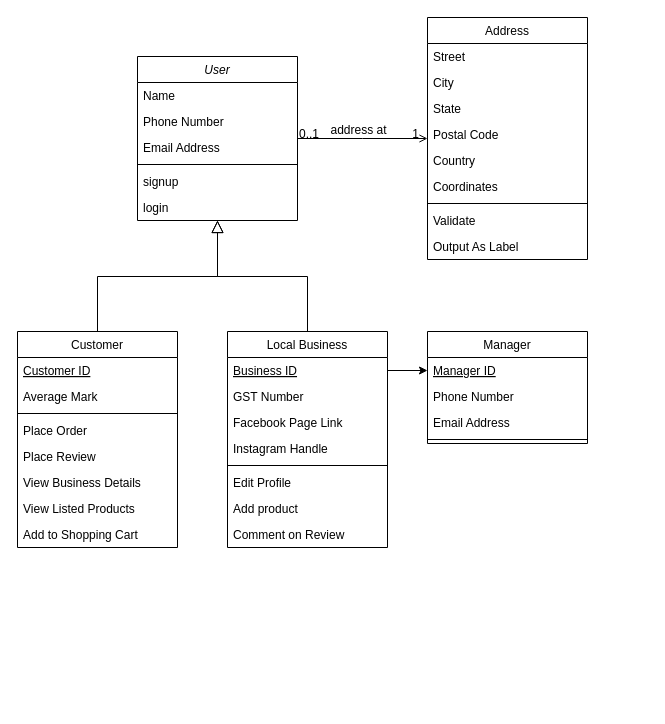
This is ObjectClassDiagram.drawio from Thakkar-Khushang/Lofy-Backend, a draw.io file, before an edit. Source tidied: cells renumbered, new cells numbered last; positions are measured from the earlier drawing's top-left corner, leaving out a move shared by most shapes. Both pictures are drawn from the tidied source at 100%, with x=0, y=0 at pixel (17, 17).
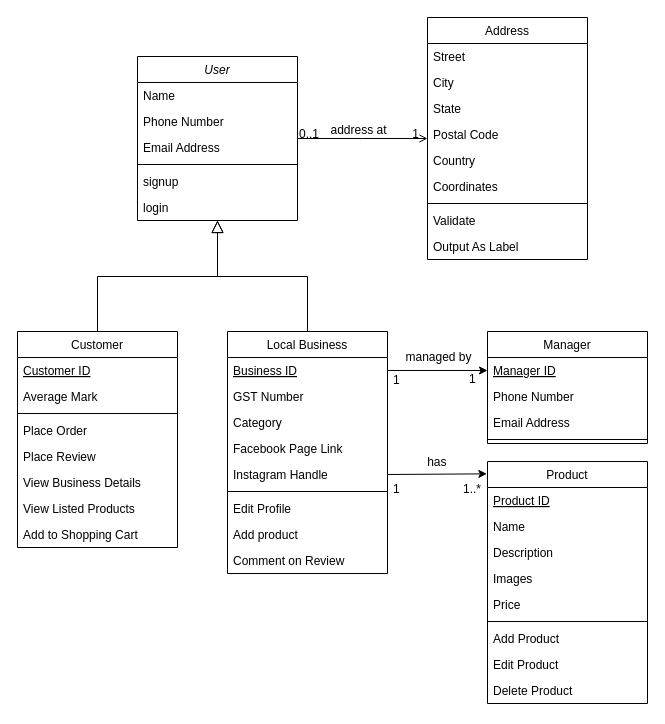
The same page after the edit.

Commit message:
Added product class in diagram

What changed in the source:
```diff
@@
     <mxCell id="19" value="Local Business" style="swimlane;fontStyle=0;align=center;verticalAlign=top;horizontal=1;startSize=26;rounded=0;shadow=0;strokeWidth=1;" parent="1" vertex="1">
-      <mxGeometry x="210" y="314" width="160" height="216" as="geometry" />
+      <mxGeometry x="210" y="314" width="160" height="242" as="geometry" />
     </mxCell>
@@
+    <mxCell id="49" value="Category" style="text;align=left;verticalAlign=top;spacingLeft=4;spacingRight=4;overflow=hidden;" parent="19" vertex="1">
+      <mxGeometry y="78" width="160" height="26" as="geometry" />
+    </mxCell>
     <mxCell id="22" value="Facebook Page Link" style="text;align=left;verticalAlign=top;spacingLeft=4;spacingRight=4;overflow=hidden;" parent="19" vertex="1">
-      <mxGeometry y="78" width="160" height="26" as="geometry" />
+      <mxGeometry y="104" width="160" height="26" as="geometry" />
     </mxCell>
     <mxCell id="23" value="Instagram Handle" style="text;align=left;verticalAlign=top;spacingLeft=4;spacingRight=4;overflow=hidden;points=[[0,0.5],[1,0.5]];portConstraint=eastwest;" parent="19" vertex="1">
-      <mxGeometry y="104" width="160" height="26" as="geometry" />
+      <mxGeometry y="130" width="160" height="26" as="geometry" />
     </mxCell>
     <mxCell id="24" style="line;html=1;strokeWidth=1;align=left;verticalAlign=middle;spacingTop=-1;spacingLeft=3;spacingRight=3;labelPosition=right;" parent="19" vertex="1">
-      <mxGeometry y="130" width="160" height="8" as="geometry" />
+      <mxGeometry y="156" width="160" height="8" as="geometry" />
     </mxCell>
     <mxCell id="25" value="Edit Profile" style="text;align=left;verticalAlign=top;spacingLeft=4;spacingRight=4;overflow=hidden;" parent="19" vertex="1">
-      <mxGeometry y="138" width="160" height="26" as="geometry" />
+      <mxGeometry y="164" width="160" height="26" as="geometry" />
     </mxCell>
     <mxCell id="26" value="Add product" style="text;align=left;verticalAlign=top;spacingLeft=4;spacingRight=4;overflow=hidden;" parent="19" vertex="1">
-      <mxGeometry y="164" width="160" height="26" as="geometry" />
+      <mxGeometry y="190" width="160" height="26" as="geometry" />
     </mxCell>
     <mxCell id="27" value="Comment on Review" style="text;align=left;verticalAlign=top;spacingLeft=4;spacingRight=4;overflow=hidden;" parent="19" vertex="1">
-      <mxGeometry y="190" width="160" height="26" as="geometry" />
+      <mxGeometry y="216" width="160" height="26" as="geometry" />
     </mxCell>
@@
     <mxCell id="43" value="Manager" style="swimlane;fontStyle=0;align=center;verticalAlign=top;horizontal=1;startSize=26;rounded=0;shadow=0;strokeWidth=1;" parent="1" vertex="1">
-      <mxGeometry x="410" y="314" width="160" height="112" as="geometry" />
+      <mxGeometry x="470" y="314" width="160" height="112" as="geometry" />
     </mxCell>
@@
+    <mxCell id="50" value="Product" style="swimlane;fontStyle=0;align=center;verticalAlign=top;horizontal=1;startSize=26;rounded=0;shadow=0;strokeWidth=1;" parent="1" vertex="1">
+      <mxGeometry x="470" y="444" width="160" height="242" as="geometry" />
+    </mxCell>
+    <mxCell id="51" value="Product ID" style="text;align=left;verticalAlign=top;spacingLeft=4;spacingRight=4;overflow=hidden;fontStyle=4;" parent="50" vertex="1">
+      <mxGeometry y="26" width="160" height="26" as="geometry" />
+    </mxCell>
+    <mxCell id="52" value="Name" style="text;align=left;verticalAlign=top;spacingLeft=4;spacingRight=4;overflow=hidden;rounded=0;shadow=0;html=0;" parent="50" vertex="1">
+      <mxGeometry y="52" width="160" height="26" as="geometry" />
+    </mxCell>
+    <mxCell id="53" value="Description" style="text;align=left;verticalAlign=top;spacingLeft=4;spacingRight=4;overflow=hidden;rounded=0;shadow=0;html=0;" parent="50" vertex="1">
+      <mxGeometry y="78" width="160" height="26" as="geometry" />
+    </mxCell>
+    <mxCell id="54" value="Images" style="text;align=left;verticalAlign=top;spacingLeft=4;spacingRight=4;overflow=hidden;rounded=0;shadow=0;html=0;" parent="50" vertex="1">
+      <mxGeometry y="104" width="160" height="26" as="geometry" />
+    </mxCell>
+    <mxCell id="55" value="Price" style="text;align=left;verticalAlign=top;spacingLeft=4;spacingRight=4;overflow=hidden;rounded=0;shadow=0;html=0;" parent="50" vertex="1">
+      <mxGeometry y="130" width="160" height="26" as="geometry" />
+    </mxCell>
+    <mxCell id="56" style="line;html=1;strokeWidth=1;align=left;verticalAlign=middle;spacingTop=-1;spacingLeft=3;spacingRight=3;labelPosition=right;" parent="50" vertex="1">
+      <mxGeometry y="156" width="160" height="8" as="geometry" />
+    </mxCell>
+    <mxCell id="57" value="Add Product" style="text;align=left;verticalAlign=top;spacingLeft=4;spacingRight=4;overflow=hidden;rounded=0;shadow=0;html=0;" parent="50" vertex="1">
+      <mxGeometry y="164" width="160" height="26" as="geometry" />
+    </mxCell>
+    <mxCell id="58" value="Edit Product" style="text;align=left;verticalAlign=top;spacingLeft=4;spacingRight=4;overflow=hidden;rounded=0;shadow=0;html=0;" parent="50" vertex="1">
+      <mxGeometry y="190" width="160" height="26" as="geometry" />
+    </mxCell>
+    <mxCell id="59" value="Delete Product" style="text;align=left;verticalAlign=top;spacingLeft=4;spacingRight=4;overflow=hidden;rounded=0;shadow=0;html=0;" parent="50" vertex="1">
+      <mxGeometry y="216" width="160" height="26" as="geometry" />
+    </mxCell>
+    <mxCell id="60" value="managed by" style="text;html=1;align=center;verticalAlign=middle;labelBackgroundColor=none;rounded=0;shadow=0;strokeWidth=1;fontSize=12;" parent="1" vertex="1">
+      <mxGeometry x="420" y="339" as="geometry" />
+    </mxCell>
+    <mxCell id="61" value="1" style="align=left;verticalAlign=bottom;labelBackgroundColor=none;fontSize=12;" parent="1" vertex="1">
+      <mxGeometry x="380" y="370" as="geometry">
+        <mxPoint x="-6" y="1" as="offset" />
+      </mxGeometry>
+    </mxCell>
+    <mxCell id="62" value="1" style="align=left;verticalAlign=bottom;labelBackgroundColor=none;fontSize=12;" parent="1" vertex="1">
+      <mxGeometry x="450" y="370" as="geometry" />
+    </mxCell>
+    <mxCell id="63" style="endArrow=classic;html=1;rounded=0;exitX=1;exitY=0.5;exitDx=0;exitDy=0;entryX=-0.004;entryY=0.051;entryDx=0;entryDy=0;entryPerimeter=0;" parent="1" edge="1" source="23" target="50">
+      <mxGeometry relative="1" as="geometry" />
+    </mxCell>
+    <mxCell id="64" value="has&amp;nbsp;" style="text;html=1;align=center;verticalAlign=middle;labelBackgroundColor=none;rounded=0;shadow=0;strokeWidth=1;fontSize=12;" parent="1" vertex="1">
+      <mxGeometry x="420" y="444" as="geometry" />
+    </mxCell>
+    <mxCell id="65" value="1" style="align=left;verticalAlign=bottom;labelBackgroundColor=none;fontSize=12;" parent="1" vertex="1">
+      <mxGeometry x="380" y="479" as="geometry">
+        <mxPoint x="-6" y="1" as="offset" />
+      </mxGeometry>
+    </mxCell>
+    <mxCell id="66" value="1..*" style="align=left;verticalAlign=bottom;labelBackgroundColor=none;fontSize=12;" parent="1" vertex="1">
+      <mxGeometry x="450" y="479" as="geometry">
+        <mxPoint x="-6" y="1" as="offset" />
+      </mxGeometry>
+    </mxCell>
```
